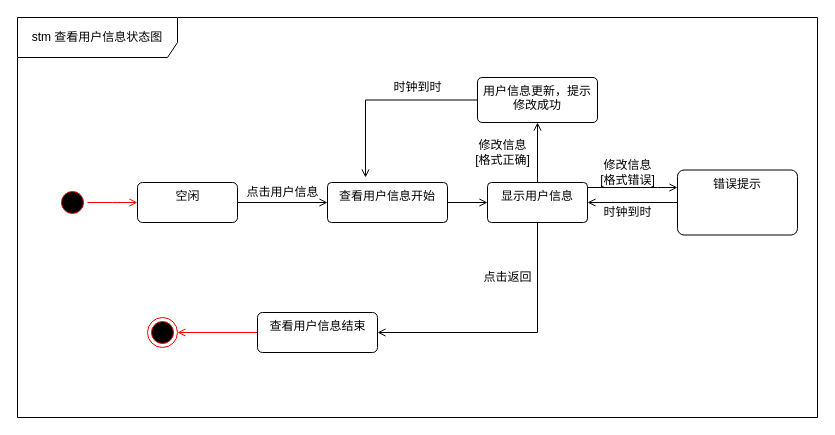
Earlier version of the draw.io diagram page "7.4.4 查看用户信息状态图" (1 of 3) of 状态图.drawio (hu19891213/image). Source tidied: cells renumbered, new cells numbered last; positions are measured from the earlier drawing's top-left corner, leaving out a move shared by most shapes. Both pictures are drawn from the tidied source at 100%, with x=0, y=0 at pixel (17, 17).
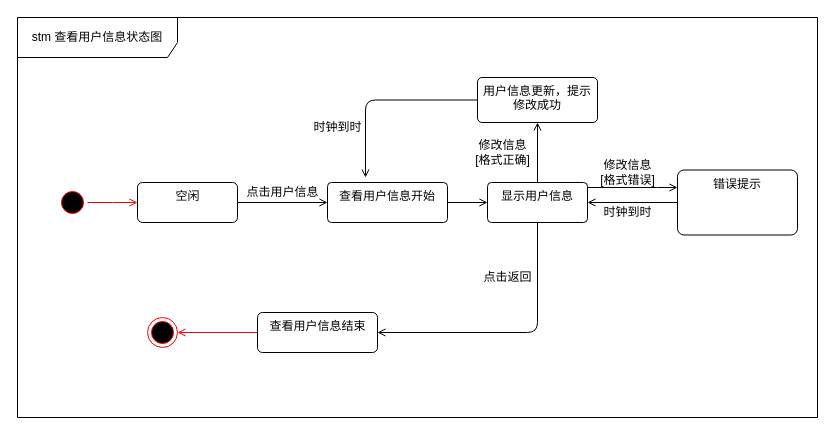
Above is the later version.

The change refers to these unchanged cells:
```xml
<mxCell id="13" value="显示用户信息" style="rounded=1;whiteSpace=wrap;html=1;dashed=0;verticalAlign=top;arcSize=10;" parent="1" vertex="1">
  <mxGeometry x="470" y="165" width="100" height="40" as="geometry" />
</mxCell>
<mxCell id="20" value="用户信息更新，提示修改成功" style="rounded=1;whiteSpace=wrap;html=1;dashed=0;verticalAlign=top;arcSize=10;" parent="1" vertex="1">
  <mxGeometry x="460" y="60" width="120" height="45" as="geometry" />
</mxCell>
<mxCell id="25" value="查看用户信息结束" style="html=1;align=center;verticalAlign=top;rounded=1;absoluteArcSize=1;arcSize=10;dashed=0;" parent="1" vertex="1">
  <mxGeometry x="240" y="295" width="120" height="40" as="geometry" />
</mxCell>
```

Diff of the diagram source:
```diff
@@
-    <mxCell id="10" style="edgeStyle=orthogonalEdgeStyle;rounded=0;jettySize=auto;html=1;entryX=1;entryY=0.5;entryDx=0;entryDy=0;endArrow=open;endFill=0;strokeColor=#000000;" parent="1" edge="1" source="13" target="25">
+    <mxCell id="10" style="edgeStyle=orthogonalEdgeStyle;rounded=1;jettySize=auto;html=1;entryX=1;entryY=0.5;entryDx=0;entryDy=0;endArrow=open;endFill=0;strokeColor=#000000;" parent="1" edge="1" source="13" target="25">
       <mxGeometry relative="1" as="geometry">
         <Array as="points">
           <mxPoint x="520" y="315" />
         </Array>
       </mxGeometry>
     </mxCell>
@@
-    <mxCell id="19" style="edgeStyle=orthogonalEdgeStyle;rounded=0;jettySize=auto;html=1;endArrow=open;endFill=0;strokeColor=#000000;exitX=0;exitY=0.5;exitDx=0;exitDy=0;" parent="1" edge="1" source="20">
+    <mxCell id="19" style="edgeStyle=orthogonalEdgeStyle;rounded=1;jettySize=auto;html=1;endArrow=open;endFill=0;strokeColor=#000000;exitX=0;exitY=0.5;exitDx=0;exitDy=0;" parent="1" edge="1" source="20">
       <mxGeometry relative="1" as="geometry">
         <mxPoint x="348" y="160" as="targetPoint" />
         <Array as="points">
           <mxPoint x="348" y="83" />
         </Array>
       </mxGeometry>
     </mxCell>
@@
     <mxCell id="22" value="时钟到时" style="text;html=1;align=center;verticalAlign=middle;fillColor=none;strokeColor=none;rounded=0;" parent="1" vertex="1">
-      <mxGeometry x="370" y="60" width="60" height="20" as="geometry" />
+      <mxGeometry x="290" y="100" width="60" height="20" as="geometry" />
     </mxCell>
```
